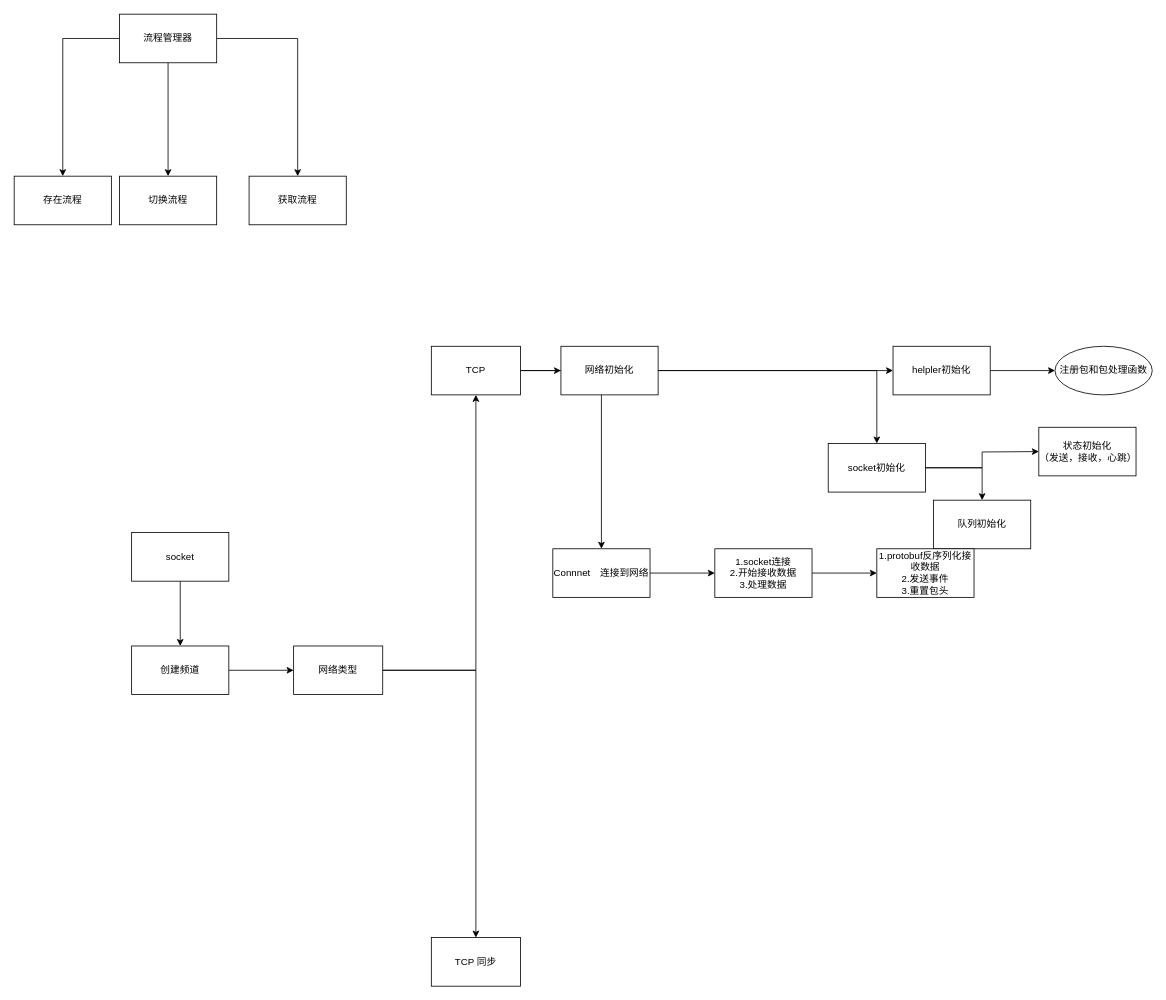
This is GameFramework/网络.drawio from xzp3094997376/DrawIO, a draw.io file, before an edit. Source tidied: cells renumbered, new cells numbered last; positions are measured from the earlier drawing's top-left corner, leaving out a move shared by most shapes. Both pictures are drawn from the tidied source at 81%, with x=0, y=0 at pixel (14, 14).
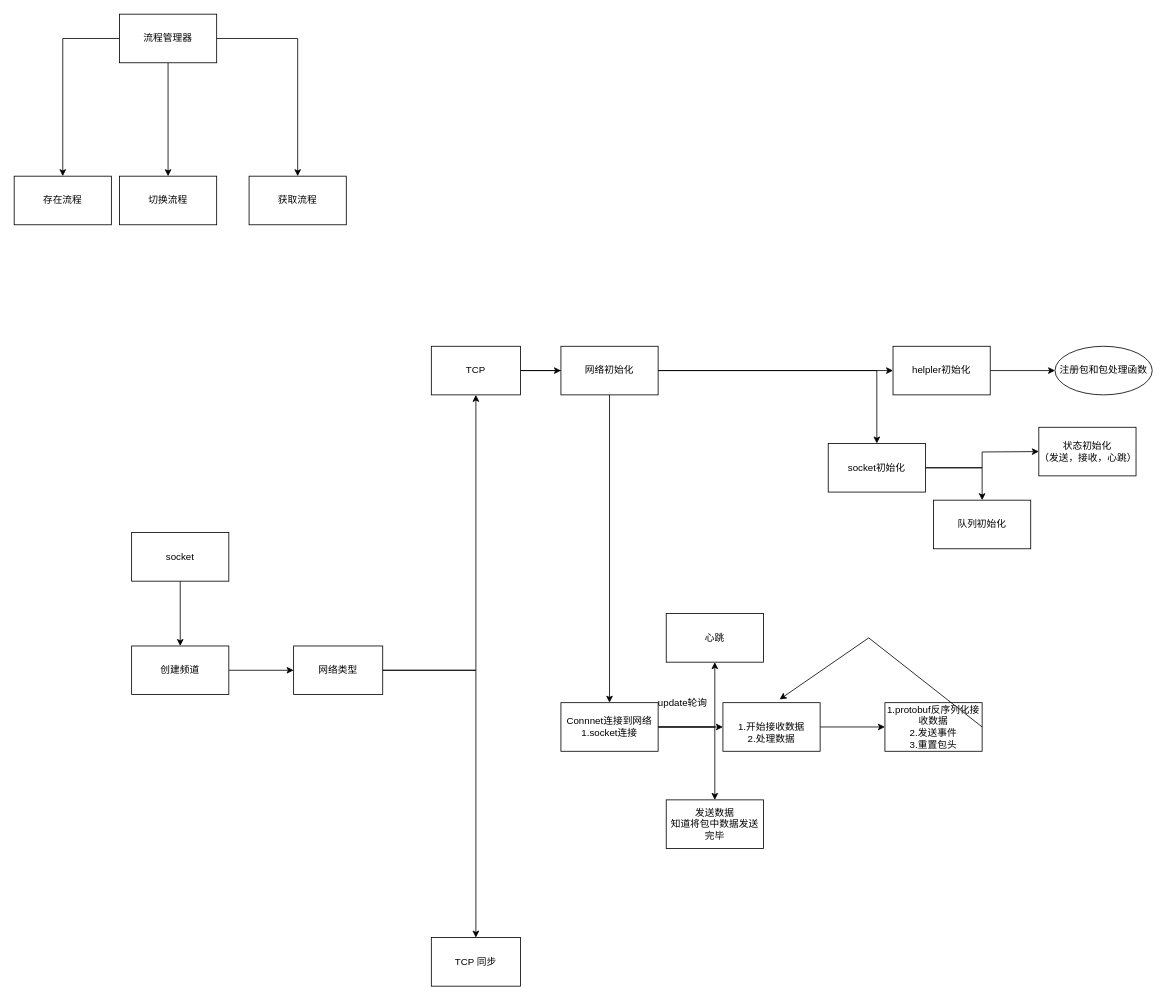
Above is the later version.

Change to the diagram source:
```diff
@@
+    <mxCell id="36" style="edgeStyle=orthogonalEdgeStyle;rounded=0;jettySize=auto;html=1;" parent="1" edge="1" source="32" target="39">
+      <mxGeometry relative="1" as="geometry" />
+    </mxCell>
+    <mxCell id="37" style="edgeStyle=orthogonalEdgeStyle;rounded=0;jettySize=auto;html=1;" parent="1" edge="1" source="32" target="41">
+      <mxGeometry relative="1" as="geometry" />
+    </mxCell>
-    <mxCell id="32" value="Connnet　连接到网络" style="whiteSpace=wrap;html=1;" parent="1" vertex="1">
-      <mxGeometry x="665" y="660" width="120" height="60" as="geometry" />
+    <mxCell id="32" value="Connnet连接到网络&lt;br&gt;1.socket连接" style="whiteSpace=wrap;html=1;" parent="1" vertex="1">
+      <mxGeometry x="675" y="850" width="120" height="60" as="geometry" />
     </mxCell>
@@
-    <mxCell id="34" value="1.socket连接&lt;br&gt;2.开始接收数据&lt;br&gt;3.处理数据" style="whiteSpace=wrap;html=1;" parent="1" vertex="1">
-      <mxGeometry x="865" y="660" width="120" height="60" as="geometry" />
+    <mxCell id="34" value="&lt;br&gt;1.开始接收数据&lt;br&gt;2.处理数据" style="whiteSpace=wrap;html=1;" parent="1" vertex="1">
+      <mxGeometry x="875" y="850" width="120" height="60" as="geometry" />
     </mxCell>
     <mxCell id="35" value="1.protobuf反序列化接收数据&lt;br&gt;2.发送事件&lt;br&gt;3.重置包头" style="whiteSpace=wrap;html=1;" parent="1" vertex="1">
-      <mxGeometry x="1065" y="660" width="120" height="60" as="geometry" />
+      <mxGeometry x="1075" y="850" width="120" height="60" as="geometry" />
     </mxCell>
+    <mxCell id="38" style="endArrow=classic;html=1;rounded=0;exitX=1;exitY=0.5;exitDx=0;exitDy=0;entryX=0.583;entryY=-0.067;entryDx=0;entryDy=0;entryPerimeter=0;" parent="1" edge="1" source="35" target="34">
+      <mxGeometry relative="1" as="geometry">
+        <Array as="points">
+          <mxPoint x="1055" y="770" />
+        </Array>
+      </mxGeometry>
+    </mxCell>
+    <mxCell id="39" value="发送数据&lt;br&gt;知道将包中数据发送完毕" style="whiteSpace=wrap;html=1;" parent="1" vertex="1">
+      <mxGeometry x="805" y="970" width="120" height="60" as="geometry" />
+    </mxCell>
+    <mxCell id="40" value="update轮询" style="text;html=1;align=center;verticalAlign=middle;strokeColor=none;fillColor=none;" parent="1" vertex="1">
+      <mxGeometry x="785" y="835" width="80" height="30" as="geometry" />
+    </mxCell>
+    <mxCell id="41" value="心跳" style="whiteSpace=wrap;html=1;" parent="1" vertex="1">
+      <mxGeometry x="805" y="740" width="120" height="60" as="geometry" />
+    </mxCell>
```
